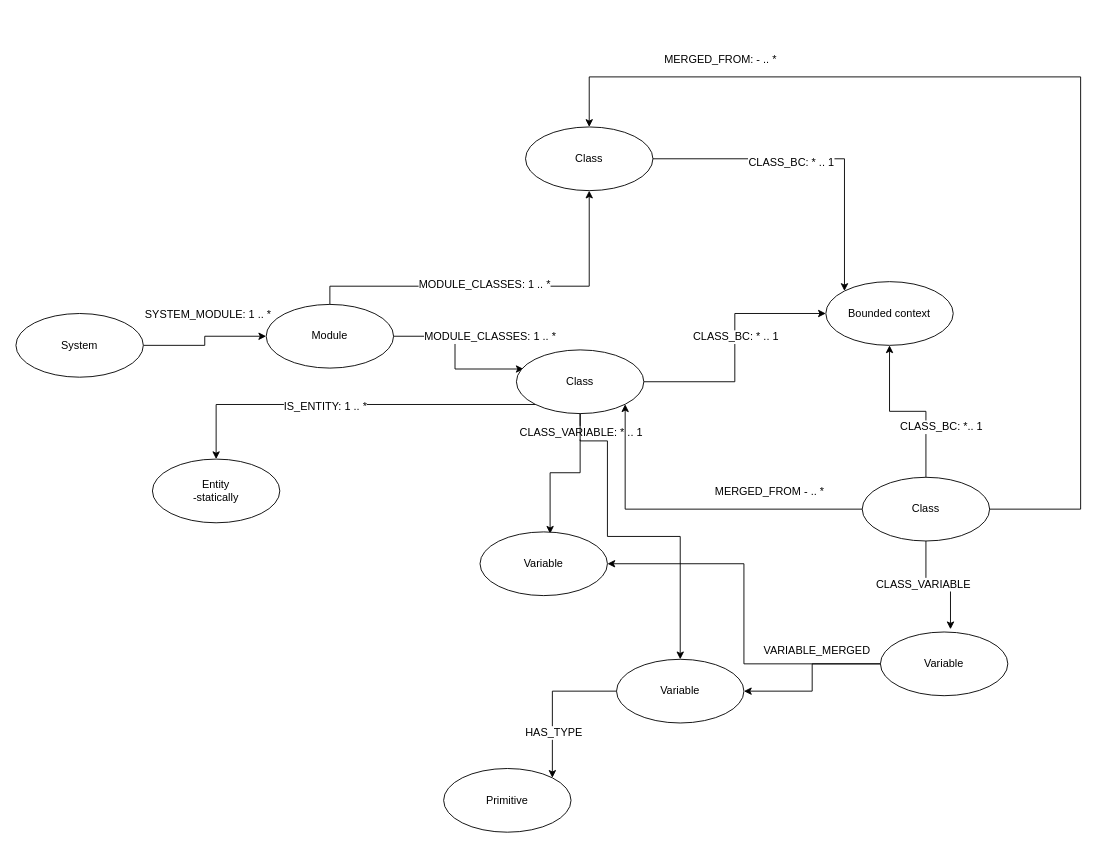
This is page "Node model" (1 of 3) of docs/prophet.drawio from cloudhubs/prophet, a draw.io file, before an edit. Source tidied: cells renumbered, new cells numbered last; positions are measured from the earlier drawing's top-left corner, leaving out a move shared by most shapes. Both pictures are drawn from the tidied source at 91%, with x=0, y=0 at pixel (15, 76).
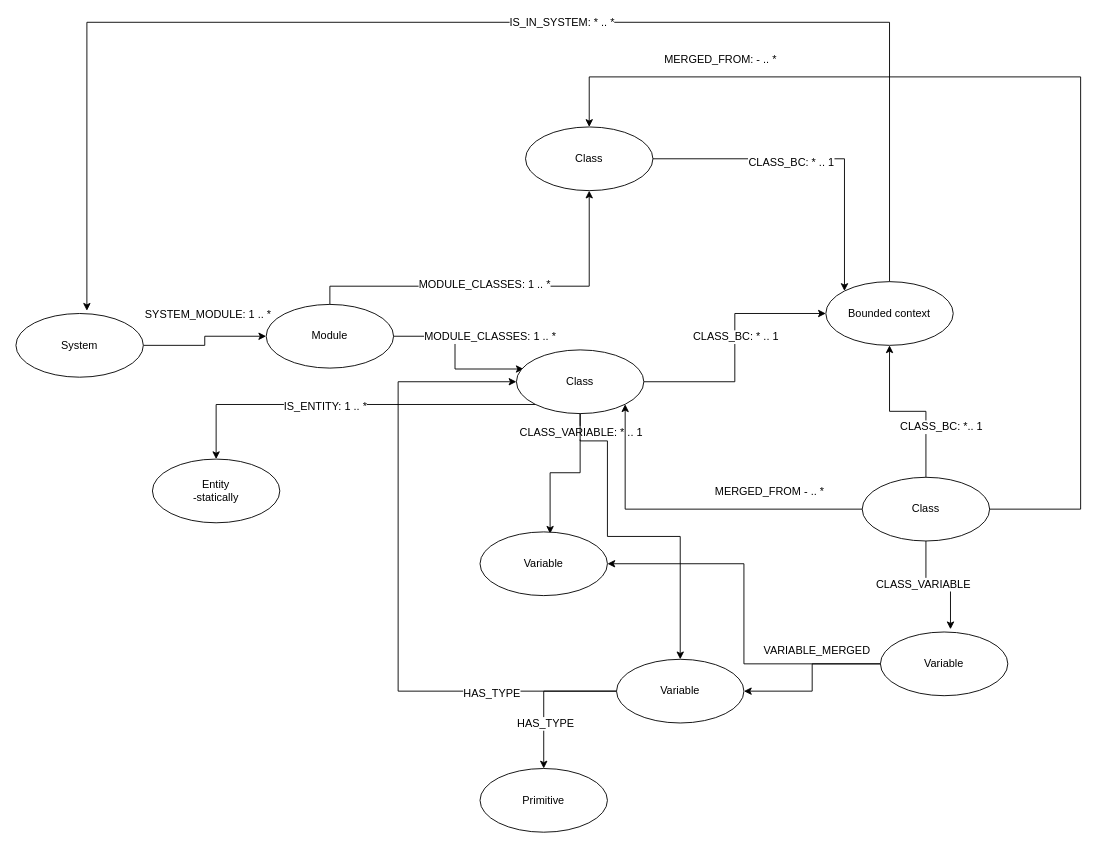
After the change.

Unchanged cells that the change refers to:
```xml
<mxCell id="4" value="System" style="ellipse;whiteSpace=wrap;html=1;" parent="1" vertex="1">
  <mxGeometry y="260" width="140" height="70" as="geometry" />
</mxCell>
<mxCell id="17" value="Class" style="ellipse;whiteSpace=wrap;html=1;" parent="1" vertex="1">
  <mxGeometry x="550" y="300" width="140" height="70" as="geometry" />
</mxCell>
<mxCell id="20" value="Bounded context" style="ellipse;whiteSpace=wrap;html=1;" parent="1" vertex="1">
  <mxGeometry x="890" y="225" width="140" height="70" as="geometry" />
</mxCell>
<mxCell id="35" value="Variable" style="ellipse;whiteSpace=wrap;html=1;" parent="1" vertex="1">
  <mxGeometry x="660" y="640" width="140" height="70" as="geometry" />
</mxCell>
```

What changed in the source:
```diff
@@
+    <mxCell id="41" style="edgeStyle=orthogonalEdgeStyle;rounded=0;jettySize=auto;html=1;entryX=0.557;entryY=-0.043;entryDx=0;entryDy=0;entryPerimeter=0;" parent="1" edge="1" source="20" target="4">
+      <mxGeometry relative="1" as="geometry">
+        <Array as="points">
+          <mxPoint x="960" y="-60" />
+          <mxPoint x="78" y="-60" />
+        </Array>
+      </mxGeometry>
+    </mxCell>
+    <mxCell id="42" value="IS_IN_SYSTEM: * .. *" style="text;html=1;align=center;verticalAlign=middle;labelBackgroundColor=#ffffff;" parent="41" vertex="1">
+      <mxGeometry x="-0.13" relative="1" as="geometry" />
+    </mxCell>
@@
-    <mxCell id="33" style="edgeStyle=orthogonalEdgeStyle;rounded=0;jettySize=auto;html=1;entryX=1;entryY=0;entryDx=0;entryDy=0;" parent="1" edge="1" source="35" target="40">
+    <mxCell id="33" style="edgeStyle=orthogonalEdgeStyle;rounded=0;jettySize=auto;html=1;entryX=0.5;entryY=0;entryDx=0;entryDy=0;" parent="1" edge="1" source="35" target="40">
       <mxGeometry relative="1" as="geometry" />
     </mxCell>
@@
+    <mxCell id="43" style="edgeStyle=orthogonalEdgeStyle;rounded=0;jettySize=auto;html=1;entryX=0;entryY=0.5;entryDx=0;entryDy=0;" parent="1" edge="1" source="35" target="17">
+      <mxGeometry relative="1" as="geometry">
+        <Array as="points">
+          <mxPoint x="420" y="675" />
+          <mxPoint x="420" y="335" />
+        </Array>
+      </mxGeometry>
+    </mxCell>
+    <mxCell id="44" value="HAS_TYPE" style="text;html=1;align=center;verticalAlign=middle;labelBackgroundColor=#ffffff;" parent="43" vertex="1">
+      <mxGeometry x="-0.61" y="2" relative="1" as="geometry" />
+    </mxCell>
@@
     <mxCell id="40" value="Primitive" style="ellipse;whiteSpace=wrap;html=1;" parent="1" vertex="1">
-      <mxGeometry x="470" y="760" width="140" height="70" as="geometry" />
+      <mxGeometry x="510" y="760" width="140" height="70" as="geometry" />
     </mxCell>
```
